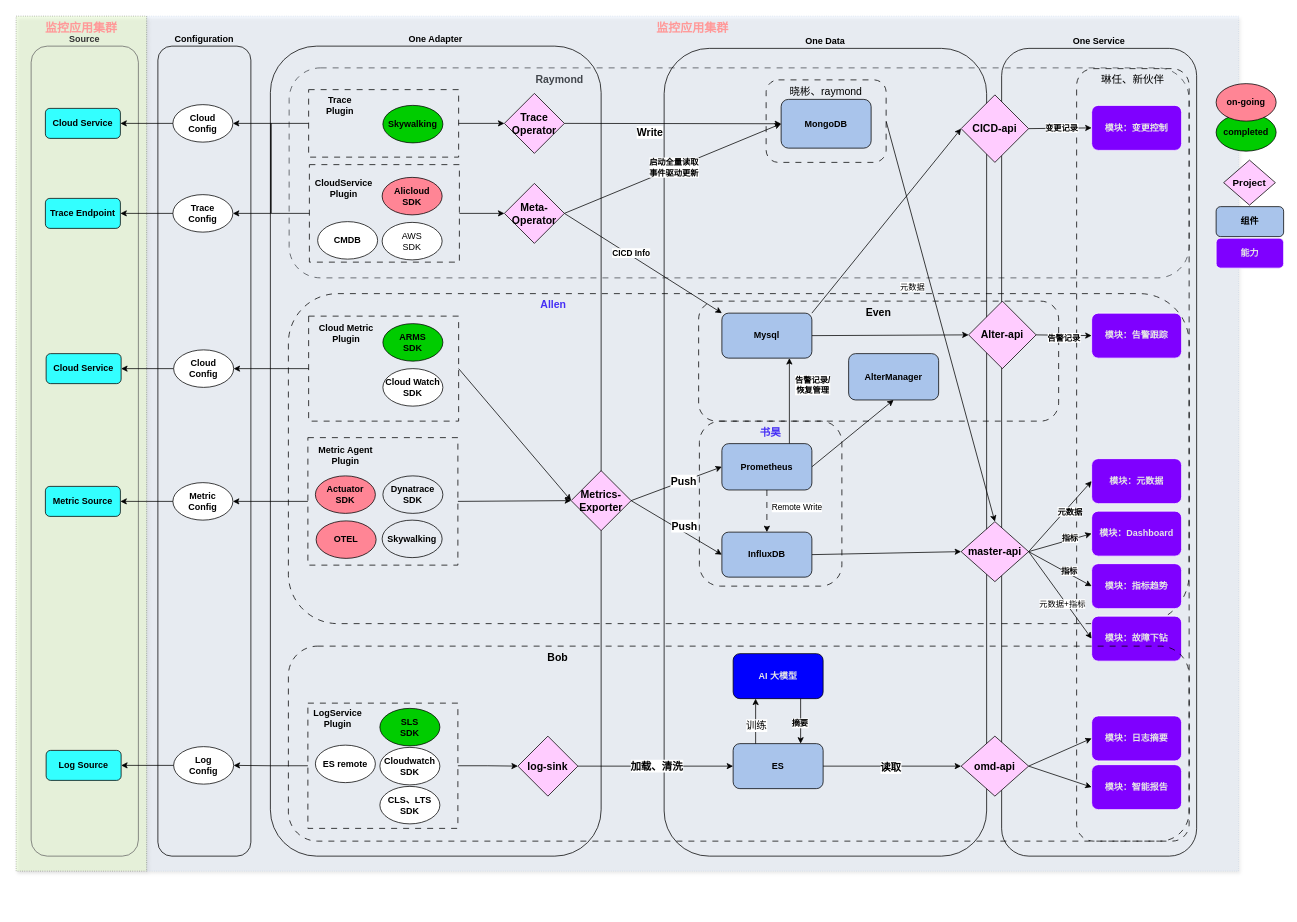
This is page "sre-product" (1 of 5) of 数据采集架构图.drawio from Allen9797/WorkZone, a draw.io file, before an edit. Source tidied: cells renumbered, new cells numbered last; positions are measured from the earlier drawing's top-left corner, leaving out a move shared by most shapes. Both pictures are drawn from the tidied source at 75%, with x=0, y=0 at pixel (16, 16).
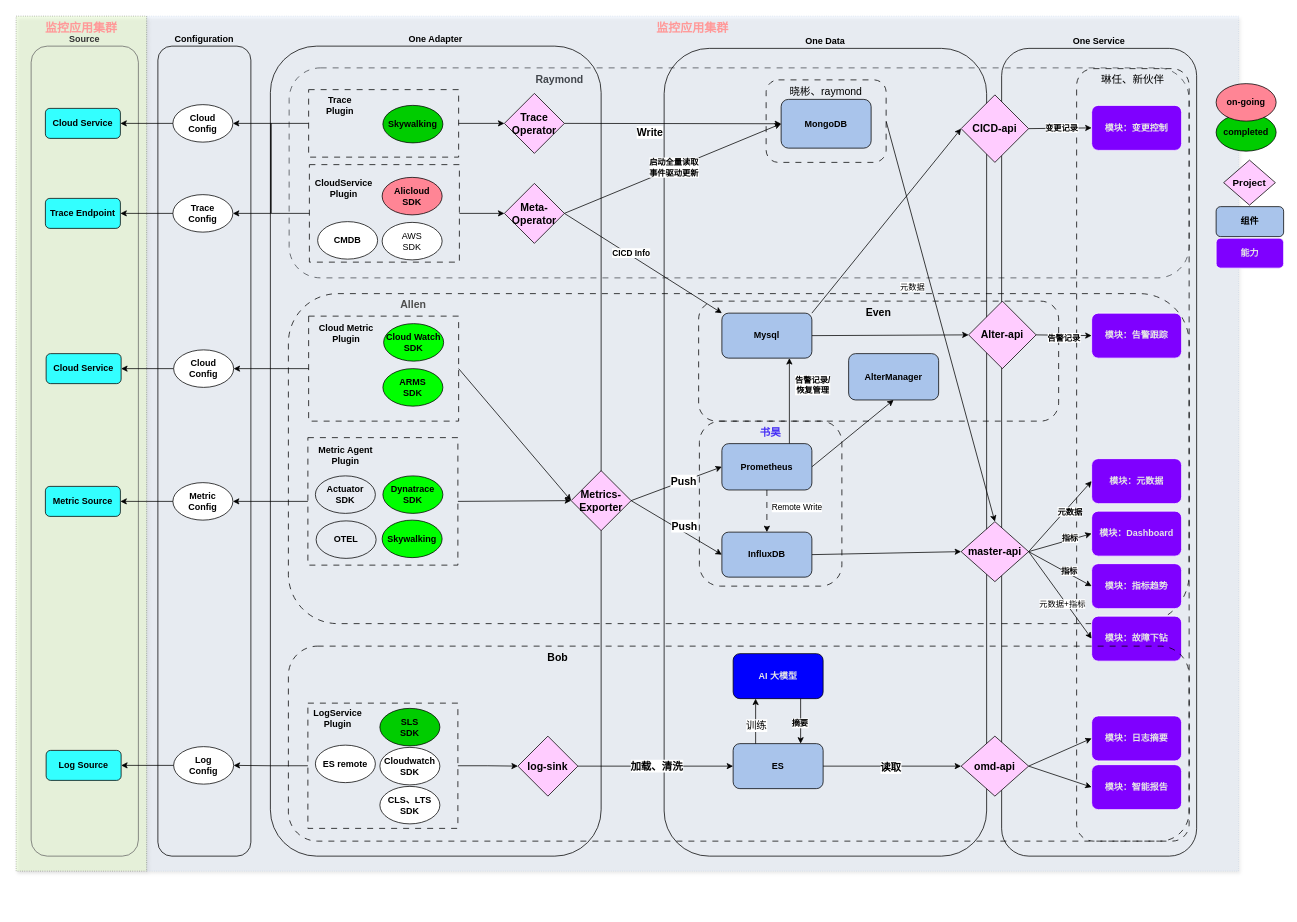
The same page after the edit.

The change refers to these unchanged cells:
```xml
<mxCell id="24" style="group;" parent="19" vertex="1">
  <mxGeometry x="350" y="10" width="200" height="170" as="geometry" />
</mxCell>
```

The edit, as a diff of the source:
```diff
@@
-    <mxCell id="18" value="&lt;font color=&quot;#452ef5&quot;&gt;&lt;b&gt;Allen&amp;nbsp; &amp;nbsp; &amp;nbsp; &amp;nbsp; &amp;nbsp; &amp;nbsp; &amp;nbsp; &amp;nbsp; &amp;nbsp; &amp;nbsp; &amp;nbsp; &amp;nbsp; &amp;nbsp; &amp;nbsp; &amp;nbsp; &amp;nbsp; &amp;nbsp; &amp;nbsp; &amp;nbsp; &amp;nbsp; &amp;nbsp; &amp;nbsp; &amp;nbsp; &amp;nbsp; &amp;nbsp; &amp;nbsp; &amp;nbsp; &amp;nbsp; &amp;nbsp; &amp;nbsp; &amp;nbsp; &amp;nbsp; &amp;nbsp; &amp;nbsp; &amp;nbsp; &amp;nbsp; &amp;nbsp; &amp;nbsp; &amp;nbsp; &amp;nbsp; &amp;nbsp; &amp;nbsp; &amp;nbsp; &amp;nbsp; &amp;nbsp; &amp;nbsp; &amp;nbsp; &amp;nbsp; &amp;nbsp; &amp;nbsp; &amp;nbsp; &amp;nbsp; &amp;nbsp; &amp;nbsp; &amp;nbsp; &amp;nbsp; &amp;nbsp; &amp;nbsp; &amp;nbsp; &amp;nbsp; &amp;nbsp; &amp;nbsp; &amp;nbsp; &amp;nbsp;&lt;/b&gt;&lt;/font&gt;" style="rounded=1;whiteSpace=wrap;html=1;fillColor=none;dashed=1;dashPattern=8 8;verticalAlign=top;horizontal=1;fontSize=14;fontStyle=0;" parent="1" vertex="1">
+    <mxCell id="18" value="&lt;b style=&quot;&quot;&gt;&lt;font color=&quot;#4d4d4d&quot;&gt;Allen&amp;nbsp;&lt;/font&gt;&lt;font color=&quot;#452ef5&quot;&gt; &amp;nbsp; &amp;nbsp; &amp;nbsp; &amp;nbsp; &amp;nbsp; &amp;nbsp; &amp;nbsp; &amp;nbsp; &amp;nbsp; &amp;nbsp; &amp;nbsp; &amp;nbsp; &amp;nbsp; &amp;nbsp; &amp;nbsp; &amp;nbsp; &amp;nbsp; &amp;nbsp; &amp;nbsp; &amp;nbsp; &amp;nbsp; &amp;nbsp; &amp;nbsp; &amp;nbsp; &amp;nbsp; &amp;nbsp; &amp;nbsp; &amp;nbsp; &amp;nbsp; &amp;nbsp; &amp;nbsp; &amp;nbsp; &amp;nbsp; &amp;nbsp; &amp;nbsp; &amp;nbsp; &amp;nbsp; &amp;nbsp; &amp;nbsp; &amp;nbsp; &amp;nbsp; &amp;nbsp; &amp;nbsp; &amp;nbsp; &amp;nbsp; &amp;nbsp; &amp;nbsp; &amp;nbsp; &amp;nbsp; &amp;nbsp; &amp;nbsp; &amp;nbsp; &amp;nbsp; &amp;nbsp; &amp;nbsp; &amp;nbsp; &amp;nbsp; &amp;nbsp; &amp;nbsp; &amp;nbsp; &amp;nbsp; &amp;nbsp; &amp;nbsp; &amp;nbsp; &amp;nbsp; &amp;nbsp; &amp;nbsp; &amp;nbsp; &amp;nbsp; &amp;nbsp; &amp;nbsp; &amp;nbsp; &amp;nbsp; &amp;nbsp; &amp;nbsp; &amp;nbsp; &amp;nbsp; &amp;nbsp; &amp;nbsp; &amp;nbsp; &amp;nbsp; &amp;nbsp; &amp;nbsp; &amp;nbsp; &amp;nbsp; &amp;nbsp; &amp;nbsp; &amp;nbsp; &amp;nbsp; &amp;nbsp; &amp;nbsp; &amp;nbsp; &amp;nbsp; &amp;nbsp; &amp;nbsp; &amp;nbsp; &amp;nbsp; &amp;nbsp; &amp;nbsp; &amp;nbsp; &amp;nbsp; &amp;nbsp; &amp;nbsp; &amp;nbsp; &amp;nbsp; &amp;nbsp; &amp;nbsp; &amp;nbsp; &amp;nbsp; &amp;nbsp; &amp;nbsp;&lt;/font&gt;&lt;/b&gt;" style="rounded=1;whiteSpace=wrap;html=1;fillColor=none;dashed=1;dashPattern=8 8;verticalAlign=top;horizontal=1;fontSize=14;fontStyle=0;" parent="1" vertex="1">
       <mxGeometry x="363" y="370" width="1201" height="440" as="geometry" />
     </mxCell>
@@
-    <mxCell id="26" value="Dynatrace&lt;br&gt;SDK" style="ellipse;whiteSpace=wrap;html=1;fontStyle=1;fillColor=none;" parent="24" vertex="1">
+    <mxCell id="26" value="Dynatrace&lt;br&gt;SDK" style="ellipse;whiteSpace=wrap;html=1;fontStyle=1;fillColor=#00FF00;" parent="24" vertex="1">
       <mxGeometry x="100" y="51" width="80" height="50" as="geometry" />
     </mxCell>
-    <mxCell id="27" value="Actuator&lt;br&gt;SDK" style="ellipse;whiteSpace=wrap;html=1;fontStyle=1;fillColor=#FF8595;" parent="24" vertex="1">
+    <mxCell id="27" value="Actuator&lt;br&gt;SDK" style="ellipse;whiteSpace=wrap;html=1;fontStyle=1;fillColor=none;" parent="24" vertex="1">
       <mxGeometry x="10" y="51" width="80" height="50" as="geometry" />
     </mxCell>
-    <mxCell id="28" value="Skywalking" style="ellipse;whiteSpace=wrap;html=1;fontStyle=1;fillColor=none;" parent="24" vertex="1">
+    <mxCell id="28" value="Skywalking" style="ellipse;whiteSpace=wrap;html=1;fontStyle=1;fillColor=#00FF00;" parent="24" vertex="1">
       <mxGeometry x="99" y="110" width="80" height="50" as="geometry" />
     </mxCell>
@@
-    <mxCell id="30" value="OTEL" style="ellipse;whiteSpace=wrap;html=1;fontStyle=1;fillColor=#FF8595;" parent="24" vertex="1">
+    <mxCell id="30" value="OTEL" style="ellipse;whiteSpace=wrap;html=1;fontStyle=1;fillColor=none;" parent="24" vertex="1">
       <mxGeometry x="11" y="111" width="80" height="50" as="geometry" />
     </mxCell>
@@
-    <mxCell id="108" value="ARMS&lt;br&gt;SDK" style="ellipse;whiteSpace=wrap;html=1;fontStyle=1;fillColor=#00CC00;" parent="1" vertex="1">
-      <mxGeometry x="489" y="410" width="80" height="50" as="geometry" />
+    <mxCell id="108" value="ARMS&lt;br&gt;SDK" style="ellipse;whiteSpace=wrap;html=1;fontStyle=1;fillColor=#00FF00;" parent="1" vertex="1">
+      <mxGeometry x="489" y="470" width="80" height="50" as="geometry" />
     </mxCell>
-    <mxCell id="109" value="Cloud Watch&lt;br&gt;SDK" style="ellipse;whiteSpace=wrap;html=1;fontStyle=1;" parent="1" vertex="1">
-      <mxGeometry x="489" y="470" width="80" height="50" as="geometry" />
+    <mxCell id="109" value="Cloud Watch&lt;br&gt;SDK" style="ellipse;whiteSpace=wrap;html=1;fontStyle=1;fillColor=#00FF00;" parent="1" vertex="1">
+      <mxGeometry x="490" y="410" width="80" height="50" as="geometry" />
     </mxCell>
```
